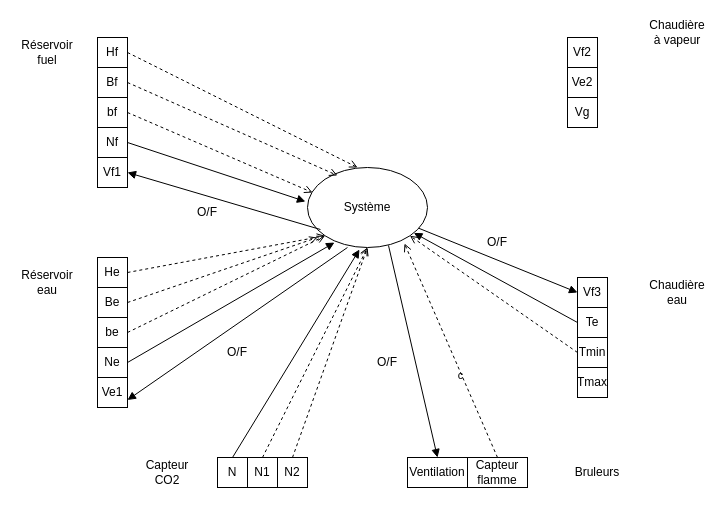
Above: files/diag_contexte.drawio in ugo-blo/diagrams (draw.io), before the change. Source tidied: cells renumbered, new cells numbered last; positions are measured from the earlier drawing's top-left corner, leaving out a move shared by most shapes. Both pictures are drawn from the tidied source at 100%, with x=0, y=0 at pixel (17, 17).
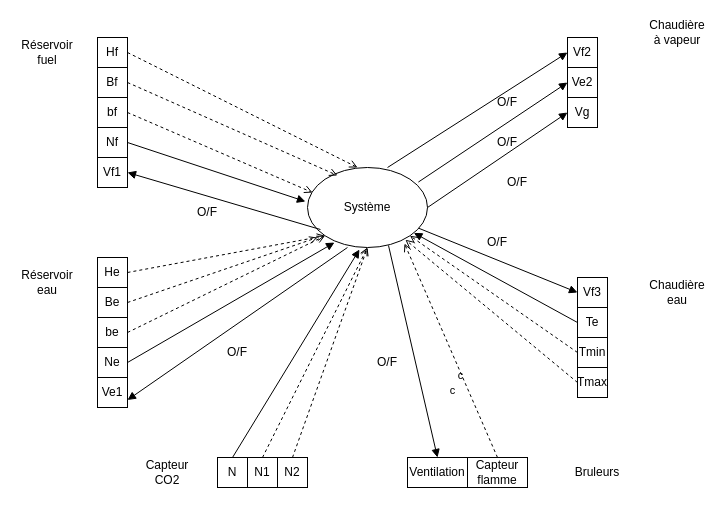
The same page after the edit.

Commit message (it also covers changes not shown here):
Mettre à jour diag_contexte.drawio

The change refers to these unchanged cells:
```xml
<mxCell id="2" value="Système" style="ellipse;whiteSpace=wrap;html=1;" parent="1" vertex="1">
  <mxGeometry x="290" y="150" width="120" height="80" as="geometry" />
</mxCell>
<mxCell id="18" value="Vf2" style="rounded=0;whiteSpace=wrap;html=1;" parent="1" vertex="1">
  <mxGeometry x="550" y="20" width="30" height="30" as="geometry" />
</mxCell>
<mxCell id="19" value="Ve2" style="rounded=0;whiteSpace=wrap;html=1;" parent="1" vertex="1">
  <mxGeometry x="550" y="50" width="30" height="30" as="geometry" />
</mxCell>
<mxCell id="20" value="Vg" style="rounded=0;whiteSpace=wrap;html=1;" parent="1" vertex="1">
  <mxGeometry x="550" y="80" width="30" height="30" as="geometry" />
</mxCell>
<mxCell id="25" value="Tmax" style="rounded=0;whiteSpace=wrap;html=1;" parent="1" vertex="1">
  <mxGeometry x="560" y="350" width="30" height="30" as="geometry" />
</mxCell>
```

What changed in the source:
```diff
@@
+    <mxCell id="53" value="c" style="html=1;verticalAlign=bottom;labelBackgroundColor=none;endArrow=open;endFill=0;dashed=1;rounded=0;exitX=0;exitY=0.5;exitDx=0;exitDy=0;entryX=0.816;entryY=0.903;entryDx=0;entryDy=0;entryPerimeter=0;" parent="1" edge="1" source="25" target="2">
+      <mxGeometry x="-0.24" y="93" relative="1" as="geometry" />
+    </mxCell>
+    <mxCell id="54" style="html=1;verticalAlign=bottom;labelBackgroundColor=none;endArrow=block;endFill=1;endSize=6;align=left;rounded=0;exitX=1;exitY=0.5;exitDx=0;exitDy=0;entryX=0;entryY=0.5;entryDx=0;entryDy=0;" parent="1" edge="1" source="2" target="20">
+      <mxGeometry relative="1" as="geometry" />
+    </mxCell>
+    <mxCell id="55" style="html=1;verticalAlign=bottom;labelBackgroundColor=none;endArrow=block;endFill=1;endSize=6;align=left;rounded=0;exitX=0.924;exitY=0.182;exitDx=0;exitDy=0;entryX=0;entryY=0.5;entryDx=0;entryDy=0;exitPerimeter=0;" parent="1" edge="1" source="2" target="19">
+      <mxGeometry relative="1" as="geometry" />
+    </mxCell>
+    <mxCell id="56" style="html=1;verticalAlign=bottom;labelBackgroundColor=none;endArrow=block;endFill=1;endSize=6;align=left;rounded=0;exitX=0.667;exitY=0;exitDx=0;exitDy=0;entryX=0;entryY=0.5;entryDx=0;entryDy=0;exitPerimeter=0;" parent="1" edge="1" source="2" target="18">
+      <mxGeometry relative="1" as="geometry" />
+    </mxCell>
+    <mxCell id="57" value="O/F" style="text;html=1;align=center;verticalAlign=middle;whiteSpace=wrap;rounded=0;" parent="1" vertex="1">
+      <mxGeometry x="470" y="150" width="60" height="30" as="geometry" />
+    </mxCell>
+    <mxCell id="58" value="O/F" style="text;html=1;align=center;verticalAlign=middle;whiteSpace=wrap;rounded=0;" parent="1" vertex="1">
+      <mxGeometry x="460" y="110" width="60" height="30" as="geometry" />
+    </mxCell>
+    <mxCell id="59" value="O/F" style="text;html=1;align=center;verticalAlign=middle;whiteSpace=wrap;rounded=0;" parent="1" vertex="1">
+      <mxGeometry x="460" y="70" width="60" height="30" as="geometry" />
+    </mxCell>
```
